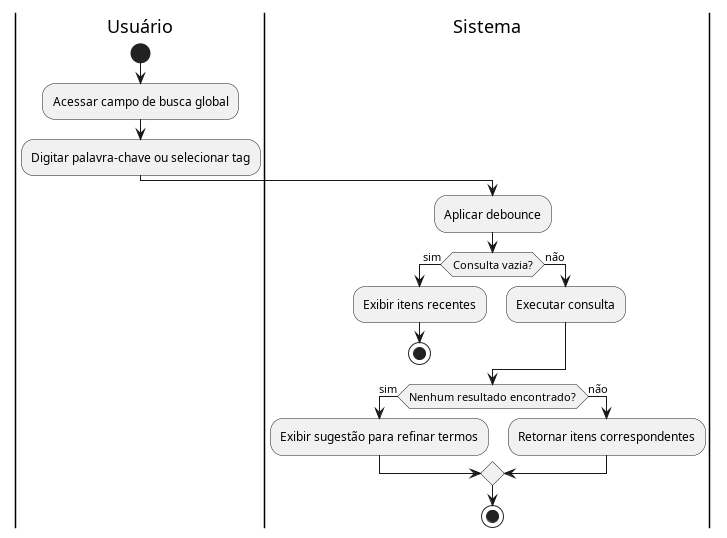
Above: docs/casosUso/imagens/diagramas_atividade/diagrama_UC13.png in aspiringluke/Projeto-Integrado-Mobile (PlantUML), before the change.
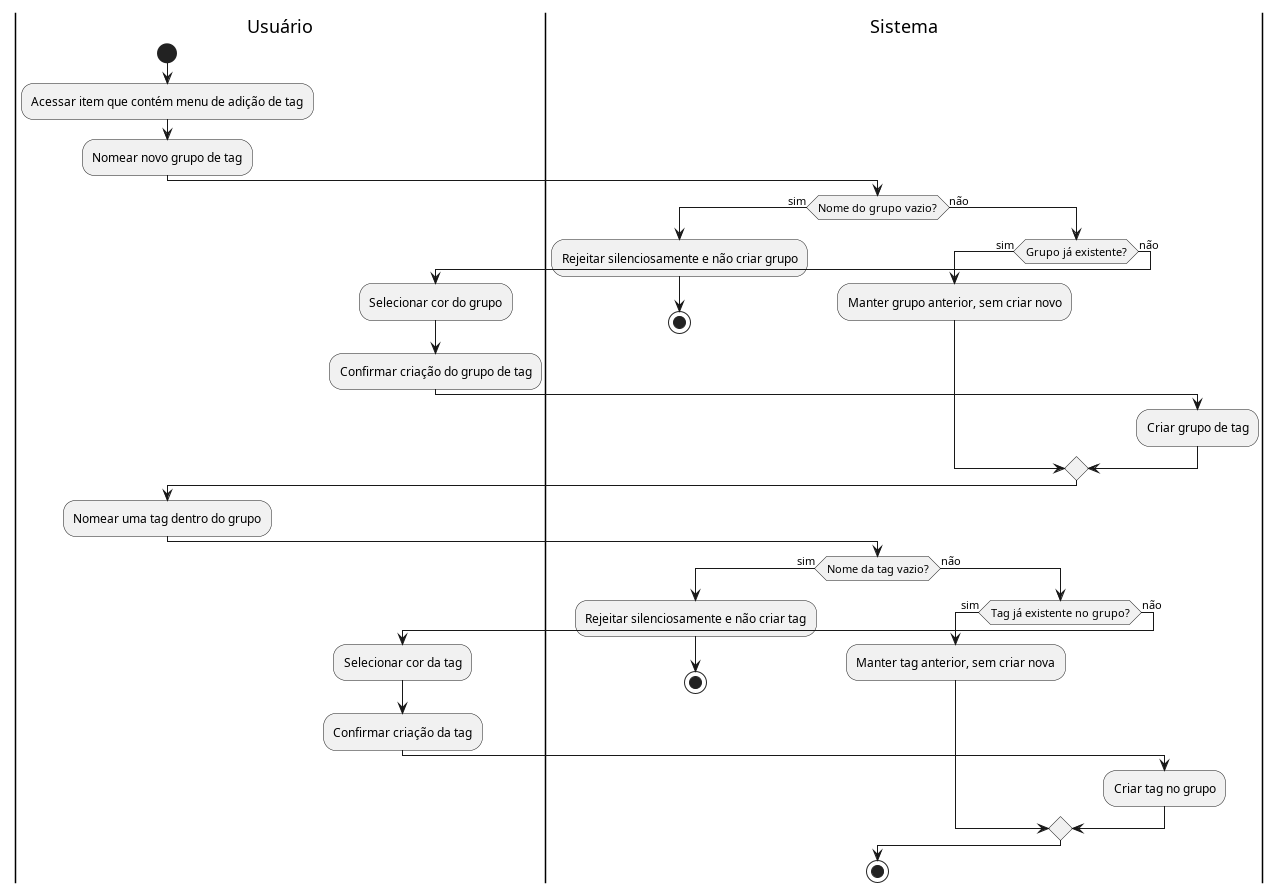
The same file after the commit.

What changed in the source:
```diff
@@ -2,22 +2,42 @@
 
 |Usuário|
 start
-:Acessar campo de busca global;
-:Digitar palavra-chave ou selecionar tag;
+:Acessar item que contém menu de adição de tag;
+:Nomear novo grupo de tag;
 
 |Sistema|
-:Aplicar debounce;
-if (Consulta vazia?) then (sim)
-  :Exibir itens recentes;
+if (Nome do grupo vazio?) then (sim)
+  :Rejeitar silenciosamente e não criar grupo;
   stop
 else (não)
-  :Executar consulta;
+  if (Grupo já existente?) then (sim)
+    :Manter grupo anterior, sem criar novo;
+  else (não)
+    |Usuário|
+    :Selecionar cor do grupo;
+    :Confirmar criação do grupo de tag;
+    |Sistema|
+    :Criar grupo de tag;
+  endif
 endif
 
-if (Nenhum resultado encontrado?) then (sim)
-  :Exibir sugestão para refinar termos;
+|Usuário|
+:Nomear uma tag dentro do grupo;
+
+|Sistema|
+if (Nome da tag vazio?) then (sim)
+  :Rejeitar silenciosamente e não criar tag;
+  stop
 else (não)
-  :Retornar itens correspondentes;
+  if (Tag já existente no grupo?) then (sim)
+    :Manter tag anterior, sem criar nova;
+  else (não)
+    |Usuário|
+    :Selecionar cor da tag;
+    :Confirmar criação da tag;
+    |Sistema|
+    :Criar tag no grupo;
+  endif
 endif
 
 stop
```
